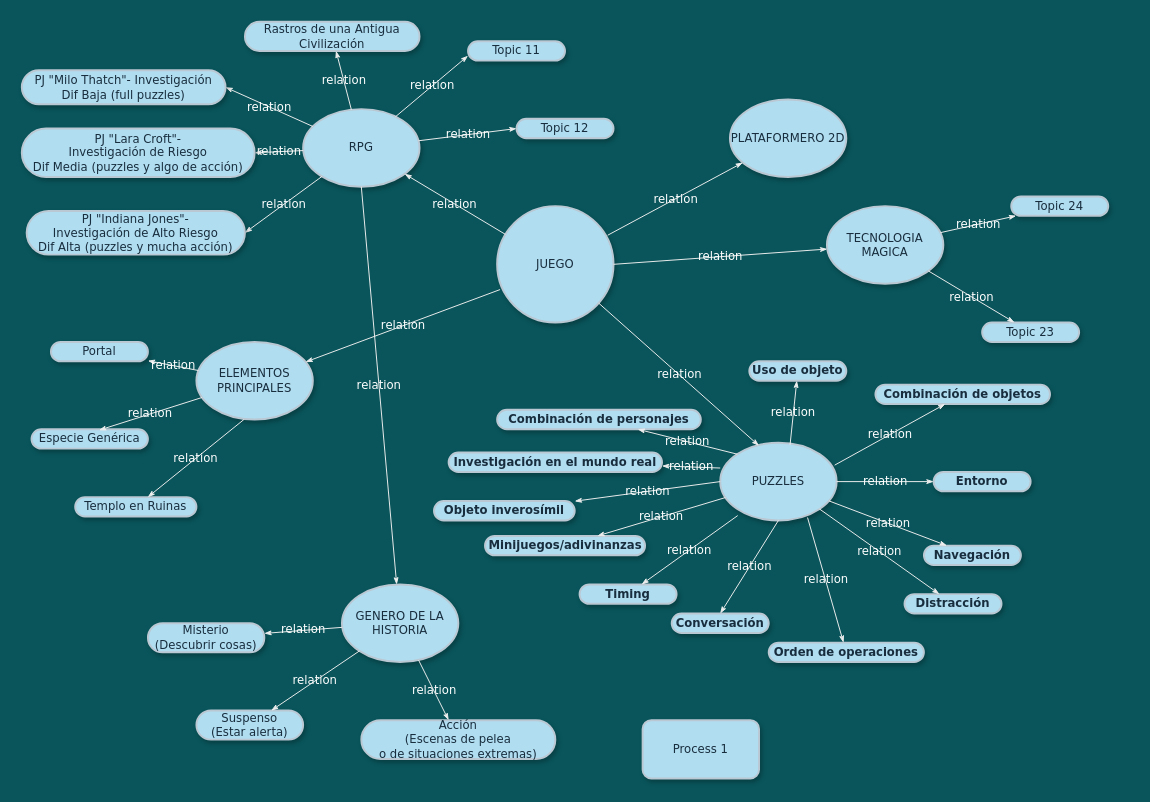
Earlier version of the draw.io diagram page "Page-1" (1 of 2) of mental_map_worldbuilding.drawio (aixairupe/DiagramasRPG). Source tidied: cells renumbered, new cells numbered last; positions are measured from the earlier drawing's top-left corner, leaving out a move shared by most shapes. Both pictures are drawn from the tidied source at 97%, with x=0, y=0 at pixel (21, 21).
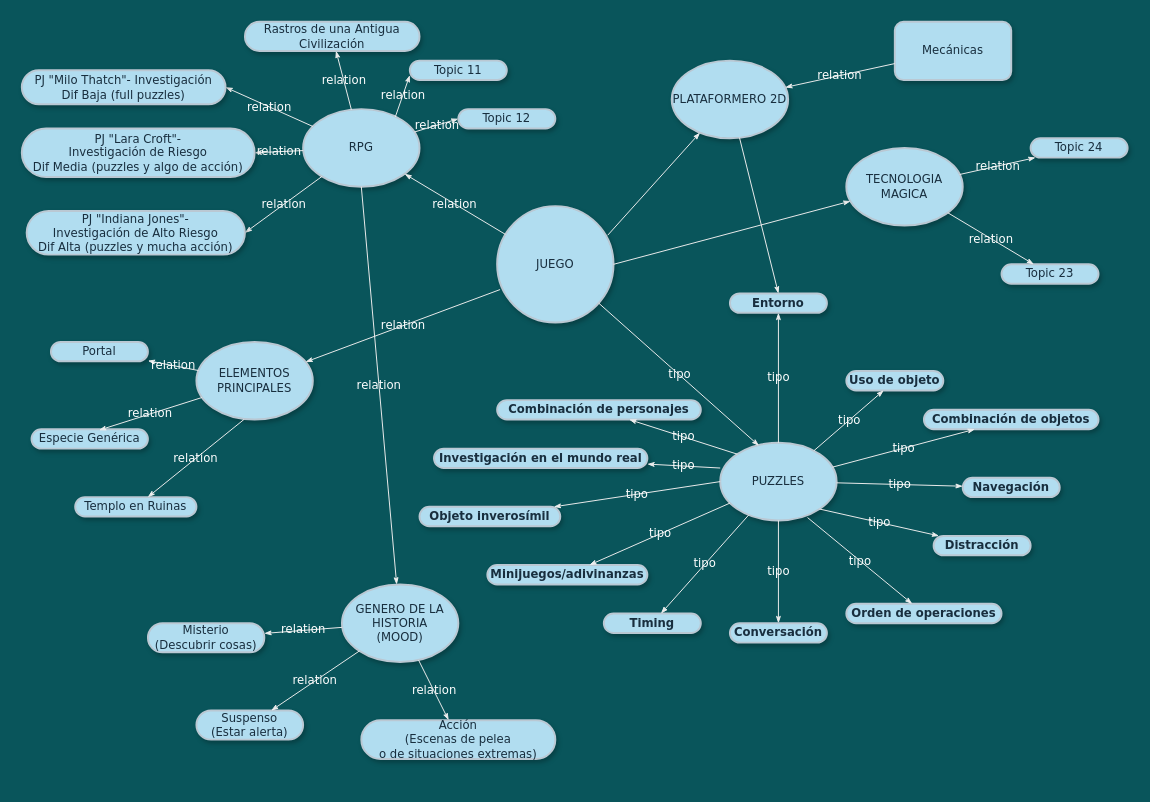
The same page after the edit.

The change refers to these unchanged cells:
```xml
<mxCell id="4" value="JUEGO" style="ellipse;whiteSpace=wrap;html=1;rounded=1;shadow=1;comic=0;labelBackgroundColor=none;strokeWidth=2;fontFamily=Verdana;fontSize=12;align=center;fillColor=#B1DDF0;strokeColor=#BAC8D3;fontColor=#182E3E;" parent="1" vertex="1">
  <mxGeometry x="490" y="190" width="120" height="120" as="geometry" />
</mxCell>
<mxCell id="5" value="PUZZLES" style="ellipse;whiteSpace=wrap;html=1;rounded=1;shadow=1;comic=0;labelBackgroundColor=none;strokeWidth=2;fontFamily=Verdana;fontSize=12;align=center;fillColor=#B1DDF0;fontColor=#182E3E;strokeColor=#BAC8D3;" parent="1" vertex="1">
  <mxGeometry x="720" y="434" width="120" height="80" as="geometry" />
</mxCell>
```

Change to the diagram source:
```diff
@@
     <mxCell id="3" value="PLATAFORMERO 2D" style="ellipse;whiteSpace=wrap;html=1;rounded=1;shadow=1;comic=0;labelBackgroundColor=none;strokeWidth=2;fontFamily=Verdana;fontSize=12;align=center;fillColor=#B1DDF0;fontColor=#182E3E;strokeColor=#BAC8D3;" parent="1" vertex="1">
-      <mxGeometry x="730" y="80" width="120" height="80" as="geometry" />
+      <mxGeometry x="670" y="40" width="120" height="80" as="geometry" />
     </mxCell>
@@
-    <mxCell id="6" value="GENERO DE LA HISTORIA" style="ellipse;whiteSpace=wrap;html=1;rounded=1;shadow=1;comic=0;labelBackgroundColor=none;strokeWidth=2;fontFamily=Verdana;fontSize=12;align=center;fillColor=#B1DDF0;strokeColor=#BAC8D3;fontColor=#182E3E;" parent="1" vertex="1">
+    <mxCell id="6" value="GENERO DE LA HISTORIA&lt;br&gt;(MOOD)" style="ellipse;whiteSpace=wrap;html=1;rounded=1;shadow=1;comic=0;labelBackgroundColor=none;strokeWidth=2;fontFamily=Verdana;fontSize=12;align=center;fillColor=#B1DDF0;strokeColor=#BAC8D3;fontColor=#182E3E;" parent="1" vertex="1">
       <mxGeometry x="330" y="580" width="120" height="80" as="geometry" />
     </mxCell>
@@
     <mxCell id="8" value="&lt;strong&gt;Uso de objeto&lt;/strong&gt;" style="whiteSpace=wrap;html=1;rounded=1;shadow=1;comic=0;labelBackgroundColor=none;strokeWidth=2;fontFamily=Verdana;fontSize=12;align=center;arcSize=50;fillColor=#B1DDF0;strokeColor=#BAC8D3;fontColor=#182E3E;" parent="1" vertex="1">
-      <mxGeometry x="750" y="350" width="100" height="20" as="geometry" />
+      <mxGeometry x="850" y="360" width="100" height="20" as="geometry" />
     </mxCell>
@@
     <mxCell id="11" value="&lt;strong&gt;Combinación de objetos&lt;/strong&gt;" style="whiteSpace=wrap;html=1;rounded=1;shadow=1;comic=0;labelBackgroundColor=none;strokeWidth=2;fontFamily=Verdana;fontSize=12;align=center;arcSize=50;fillColor=#B1DDF0;strokeColor=#BAC8D3;fontColor=#182E3E;" parent="1" vertex="1">
-      <mxGeometry x="880" y="374" width="180" height="20" as="geometry" />
+      <mxGeometry x="930" y="400" width="180" height="20" as="geometry" />
     </mxCell>
     <mxCell id="12" value="&lt;strong&gt;Entorno&lt;/strong&gt;" style="whiteSpace=wrap;html=1;rounded=1;shadow=1;comic=0;labelBackgroundColor=none;strokeWidth=2;fontFamily=Verdana;fontSize=12;align=center;arcSize=50;fillColor=#B1DDF0;strokeColor=#BAC8D3;fontColor=#182E3E;" parent="1" vertex="1">
-      <mxGeometry x="940" y="464" width="100" height="20" as="geometry" />
+      <mxGeometry x="730" y="280" width="100" height="20" as="geometry" />
     </mxCell>
     <mxCell id="13" value="&lt;strong&gt;Navegación&lt;/strong&gt;" style="whiteSpace=wrap;html=1;rounded=1;shadow=1;comic=0;labelBackgroundColor=none;strokeWidth=2;fontFamily=Verdana;fontSize=12;align=center;arcSize=50;fillColor=#B1DDF0;strokeColor=#BAC8D3;fontColor=#182E3E;" parent="1" vertex="1">
-      <mxGeometry x="930" y="540" width="100" height="20" as="geometry" />
+      <mxGeometry x="970" y="470" width="100" height="20" as="geometry" />
     </mxCell>
     <mxCell id="14" value="&lt;strong&gt;Distracción&lt;/strong&gt;" style="whiteSpace=wrap;html=1;rounded=1;shadow=1;comic=0;labelBackgroundColor=none;strokeWidth=2;fontFamily=Verdana;fontSize=12;align=center;arcSize=50;fillColor=#B1DDF0;strokeColor=#BAC8D3;fontColor=#182E3E;" parent="1" vertex="1">
-      <mxGeometry x="910" y="590" width="100" height="20" as="geometry" />
+      <mxGeometry x="940" y="530" width="100" height="20" as="geometry" />
     </mxCell>
     <mxCell id="15" value="&lt;strong&gt;Orden de operaciones&lt;/strong&gt;" style="whiteSpace=wrap;html=1;rounded=1;shadow=1;comic=0;labelBackgroundColor=none;strokeWidth=2;fontFamily=Verdana;fontSize=12;align=center;arcSize=50;fillColor=#B1DDF0;strokeColor=#BAC8D3;fontColor=#182E3E;" parent="1" vertex="1">
-      <mxGeometry x="770" y="640" width="160" height="20" as="geometry" />
+      <mxGeometry x="850" y="600" width="160" height="20" as="geometry" />
     </mxCell>
     <mxCell id="16" value="&lt;strong&gt;Conversación&lt;/strong&gt;" style="whiteSpace=wrap;html=1;rounded=1;shadow=1;comic=0;labelBackgroundColor=none;strokeWidth=2;fontFamily=Verdana;fontSize=12;align=center;arcSize=50;fillColor=#B1DDF0;strokeColor=#BAC8D3;fontColor=#182E3E;" parent="1" vertex="1">
-      <mxGeometry x="670" y="610" width="100" height="20" as="geometry" />
+      <mxGeometry x="730" y="620" width="100" height="20" as="geometry" />
     </mxCell>
@@
-    <mxCell id="23" value="relation" style="edgeStyle=none;rounded=1;html=1;labelBackgroundColor=none;startArrow=none;startFill=0;startSize=5;endArrow=classicThin;endFill=1;endSize=5;jettySize=auto;strokeColor=#EEEEEE;strokeWidth=1;fontFamily=Verdana;fontSize=12;fontColor=#FFFFFF;exitX=0.95;exitY=0.25;exitDx=0;exitDy=0;exitPerimeter=0;" parent="1" edge="1" source="4" target="3">
+    <mxCell id="23" style="edgeStyle=none;rounded=1;html=1;labelBackgroundColor=none;startArrow=none;startFill=0;startSize=5;endArrow=classicThin;endFill=1;endSize=5;jettySize=auto;strokeColor=#EEEEEE;strokeWidth=1;fontFamily=Verdana;fontSize=12;fontColor=#FFFFFF;exitX=0.95;exitY=0.25;exitDx=0;exitDy=0;exitPerimeter=0;" parent="1" edge="1" source="4" target="3">
       <mxGeometry relative="1" as="geometry" />
     </mxCell>
-    <mxCell id="24" value="relation" style="edgeStyle=none;rounded=1;html=1;labelBackgroundColor=none;startArrow=none;startFill=0;startSize=5;endArrow=classicThin;endFill=1;endSize=5;jettySize=auto;strokeColor=#EEEEEE;strokeWidth=1;fontFamily=Verdana;fontSize=12;fontColor=#FFFFFF;entryX=0.333;entryY=0.038;entryDx=0;entryDy=0;entryPerimeter=0;" parent="1" edge="1" source="4" target="5">
+    <mxCell id="24" value="tipo" style="edgeStyle=none;rounded=1;html=1;labelBackgroundColor=none;startArrow=none;startFill=0;startSize=5;endArrow=classicThin;endFill=1;endSize=5;jettySize=auto;strokeColor=#EEEEEE;strokeWidth=1;fontFamily=Verdana;fontSize=12;fontColor=#FFFFFF;entryX=0.333;entryY=0.038;entryDx=0;entryDy=0;entryPerimeter=0;" parent="1" edge="1" source="4" target="5">
       <mxGeometry relative="1" as="geometry" />
     </mxCell>
@@
-    <mxCell id="29" value="relation" style="edgeStyle=none;rounded=1;html=1;labelBackgroundColor=none;startArrow=none;startFill=0;startSize=5;endArrow=classicThin;endFill=1;endSize=5;jettySize=auto;strokeColor=#EEEEEE;strokeWidth=1;fontFamily=Verdana;fontSize=12;fontColor=#FFFFFF;entryX=0.5;entryY=0;entryDx=0;entryDy=0;exitX=0.5;exitY=1;exitDx=0;exitDy=0;" parent="1" edge="1" source="5" target="16">
+    <mxCell id="29" value="tipo" style="edgeStyle=none;rounded=1;html=1;labelBackgroundColor=none;startArrow=none;startFill=0;startSize=5;endArrow=classicThin;endFill=1;endSize=5;jettySize=auto;strokeColor=#EEEEEE;strokeWidth=1;fontFamily=Verdana;fontSize=12;fontColor=#FFFFFF;entryX=0.5;entryY=0;entryDx=0;entryDy=0;exitX=0.5;exitY=1;exitDx=0;exitDy=0;" parent="1" edge="1" source="5" target="16">
       <mxGeometry relative="1" as="geometry" />
     </mxCell>
-    <mxCell id="30" value="relation" style="edgeStyle=none;rounded=1;html=1;labelBackgroundColor=none;startArrow=none;startFill=0;startSize=5;endArrow=classicThin;endFill=1;endSize=5;jettySize=auto;strokeColor=#EEEEEE;strokeWidth=1;fontFamily=Verdana;fontSize=12;fontColor=#FFFFFF;exitX=0.75;exitY=0.963;exitDx=0;exitDy=0;exitPerimeter=0;" parent="1" edge="1" source="5" target="15">
+    <mxCell id="30" value="tipo" style="edgeStyle=none;rounded=1;html=1;labelBackgroundColor=none;startArrow=none;startFill=0;startSize=5;endArrow=classicThin;endFill=1;endSize=5;jettySize=auto;strokeColor=#EEEEEE;strokeWidth=1;fontFamily=Verdana;fontSize=12;fontColor=#FFFFFF;exitX=0.75;exitY=0.963;exitDx=0;exitDy=0;exitPerimeter=0;" parent="1" edge="1" source="5" target="15">
       <mxGeometry relative="1" as="geometry" />
     </mxCell>
-    <mxCell id="31" value="relation" style="edgeStyle=none;rounded=1;html=1;labelBackgroundColor=none;startArrow=none;startFill=0;startSize=5;endArrow=classicThin;endFill=1;endSize=5;jettySize=auto;strokeColor=#EEEEEE;strokeWidth=1;fontFamily=Verdana;fontSize=12;fontColor=#FFFFFF;exitX=1;exitY=1;exitDx=0;exitDy=0;" parent="1" edge="1" source="5" target="14">
+    <mxCell id="31" value="tipo" style="edgeStyle=none;rounded=1;html=1;labelBackgroundColor=none;startArrow=none;startFill=0;startSize=5;endArrow=classicThin;endFill=1;endSize=5;jettySize=auto;strokeColor=#EEEEEE;strokeWidth=1;fontFamily=Verdana;fontSize=12;fontColor=#FFFFFF;exitX=1;exitY=1;exitDx=0;exitDy=0;" parent="1" edge="1" source="5" target="14">
       <mxGeometry relative="1" as="geometry" />
     </mxCell>
-    <mxCell id="32" value="relation" style="edgeStyle=none;rounded=1;html=1;labelBackgroundColor=none;startArrow=none;startFill=0;startSize=5;endArrow=classicThin;endFill=1;endSize=5;jettySize=auto;strokeColor=#EEEEEE;strokeWidth=1;fontFamily=Verdana;fontSize=12;fontColor=#FFFFFF;" parent="1" edge="1" source="5" target="13">
+    <mxCell id="32" value="tipo" style="edgeStyle=none;rounded=1;html=1;labelBackgroundColor=none;startArrow=none;startFill=0;startSize=5;endArrow=classicThin;endFill=1;endSize=5;jettySize=auto;strokeColor=#EEEEEE;strokeWidth=1;fontFamily=Verdana;fontSize=12;fontColor=#FFFFFF;" parent="1" edge="1" source="5" target="13">
       <mxGeometry relative="1" as="geometry" />
     </mxCell>
-    <mxCell id="33" value="relation" style="edgeStyle=none;rounded=1;html=1;labelBackgroundColor=none;startArrow=none;startFill=0;startSize=5;endArrow=classicThin;endFill=1;endSize=5;jettySize=auto;strokeColor=#EEEEEE;strokeWidth=1;fontFamily=Verdana;fontSize=12;fontColor=#FFFFFF;exitX=1;exitY=0.5;exitDx=0;exitDy=0;" parent="1" edge="1" source="5" target="12">
+    <mxCell id="33" value="tipo" style="edgeStyle=none;rounded=1;html=1;labelBackgroundColor=none;startArrow=none;startFill=0;startSize=5;endArrow=classicThin;endFill=1;endSize=5;jettySize=auto;strokeColor=#EEEEEE;strokeWidth=1;fontFamily=Verdana;fontSize=12;fontColor=#FFFFFF;exitX=0.5;exitY=0;exitDx=0;exitDy=0;" parent="1" edge="1" source="5" target="12">
       <mxGeometry relative="1" as="geometry" />
     </mxCell>
-    <mxCell id="34" value="relation" style="edgeStyle=none;rounded=1;html=1;labelBackgroundColor=none;startArrow=none;startFill=0;startSize=5;endArrow=classicThin;endFill=1;endSize=5;jettySize=auto;strokeColor=#EEEEEE;strokeWidth=1;fontFamily=Verdana;fontSize=12;fontColor=#FFFFFF;exitX=0.983;exitY=0.288;exitDx=0;exitDy=0;exitPerimeter=0;" parent="1" edge="1" source="5" target="11">
+    <mxCell id="34" value="tipo" style="edgeStyle=none;rounded=1;html=1;labelBackgroundColor=none;startArrow=none;startFill=0;startSize=5;endArrow=classicThin;endFill=1;endSize=5;jettySize=auto;strokeColor=#EEEEEE;strokeWidth=1;fontFamily=Verdana;fontSize=12;fontColor=#FFFFFF;" parent="1" edge="1" source="5" target="11">
       <mxGeometry relative="1" as="geometry" />
     </mxCell>
-    <mxCell id="35" value="relation" style="edgeStyle=none;rounded=1;html=1;labelBackgroundColor=none;startArrow=none;startFill=0;startSize=5;endArrow=classicThin;endFill=1;endSize=5;jettySize=auto;strokeColor=#EEEEEE;strokeWidth=1;fontFamily=Verdana;fontSize=12;fontColor=#FFFFFF;exitX=0.6;exitY=0.025;exitDx=0;exitDy=0;exitPerimeter=0;" parent="1" edge="1" source="5" target="8">
+    <mxCell id="35" value="tipo" style="edgeStyle=none;rounded=1;html=1;labelBackgroundColor=none;startArrow=none;startFill=0;startSize=5;endArrow=classicThin;endFill=1;endSize=5;jettySize=auto;strokeColor=#EEEEEE;strokeWidth=1;fontFamily=Verdana;fontSize=12;fontColor=#FFFFFF;" parent="1" edge="1" source="5" target="8">
       <mxGeometry relative="1" as="geometry" />
     </mxCell>
     <mxCell id="36" value="TECNOLOGIA MAGICA" style="ellipse;whiteSpace=wrap;html=1;rounded=1;shadow=1;comic=0;labelBackgroundColor=none;strokeWidth=2;fontFamily=Verdana;fontSize=12;align=center;fillColor=#B1DDF0;strokeColor=#BAC8D3;fontColor=#182E3E;" parent="1" vertex="1">
-      <mxGeometry x="830" y="190" width="120" height="80" as="geometry" />
+      <mxGeometry x="850" y="130" width="120" height="80" as="geometry" />
     </mxCell>
     <mxCell id="37" value="&lt;span&gt;Topic 24&lt;/span&gt;" style="whiteSpace=wrap;html=1;rounded=1;shadow=1;comic=0;labelBackgroundColor=none;strokeWidth=2;fontFamily=Verdana;fontSize=12;align=center;arcSize=50;fillColor=#B1DDF0;strokeColor=#BAC8D3;fontColor=#182E3E;" parent="1" vertex="1">
-      <mxGeometry x="1020" y="180" width="100" height="20" as="geometry" />
+      <mxGeometry x="1040" y="120" width="100" height="20" as="geometry" />
     </mxCell>
     <mxCell id="38" value="&lt;span&gt;Topic 23&lt;/span&gt;" style="whiteSpace=wrap;html=1;rounded=1;shadow=1;comic=0;labelBackgroundColor=none;strokeWidth=2;fontFamily=Verdana;fontSize=12;align=center;arcSize=50;fillColor=#B1DDF0;strokeColor=#BAC8D3;fontColor=#182E3E;" parent="1" vertex="1">
-      <mxGeometry x="990" y="310" width="100" height="20" as="geometry" />
+      <mxGeometry x="1010" y="250" width="100" height="20" as="geometry" />
     </mxCell>
@@
     <mxCell id="40" value="&lt;strong&gt;Minijuegos/adivinanzas&lt;/strong&gt;" style="whiteSpace=wrap;html=1;rounded=1;shadow=1;comic=0;labelBackgroundColor=none;strokeWidth=2;fontFamily=Verdana;fontSize=12;align=center;arcSize=50;fillColor=#B1DDF0;strokeColor=#BAC8D3;fontColor=#182E3E;" parent="1" vertex="1">
-      <mxGeometry x="477.5" y="530" width="165" height="20" as="geometry" />
+      <mxGeometry x="479.9" y="560" width="165" height="20" as="geometry" />
     </mxCell>
@@
-    <mxCell id="46" value="relation" style="edgeStyle=none;rounded=1;html=1;labelBackgroundColor=none;startArrow=none;startFill=0;startSize=5;endArrow=classicThin;endFill=1;endSize=5;jettySize=auto;strokeColor=#EEEEEE;strokeWidth=1;fontFamily=Verdana;fontSize=12;fontColor=#FFFFFF;exitX=1;exitY=0.5;exitDx=0;exitDy=0;" parent="1" edge="1" source="4" target="36">
+    <mxCell id="46" style="edgeStyle=none;rounded=1;html=1;labelBackgroundColor=none;startArrow=none;startFill=0;startSize=5;endArrow=classicThin;endFill=1;endSize=5;jettySize=auto;strokeColor=#EEEEEE;strokeWidth=1;fontFamily=Verdana;fontSize=12;fontColor=#FFFFFF;exitX=1;exitY=0.5;exitDx=0;exitDy=0;" parent="1" edge="1" source="4" target="36">
       <mxGeometry relative="1" as="geometry" />
     </mxCell>
-    <mxCell id="47" value="relation" style="edgeStyle=none;rounded=1;html=1;labelBackgroundColor=none;startArrow=none;startFill=0;startSize=5;endArrow=classicThin;endFill=1;endSize=5;jettySize=auto;strokeColor=#EEEEEE;strokeWidth=1;fontFamily=Verdana;fontSize=12;fontColor=#FFFFFF;" parent="1" edge="1" source="5" target="40">
+    <mxCell id="47" value="tipo" style="edgeStyle=none;rounded=1;html=1;labelBackgroundColor=none;startArrow=none;startFill=0;startSize=5;endArrow=classicThin;endFill=1;endSize=5;jettySize=auto;strokeColor=#EEEEEE;strokeWidth=1;fontFamily=Verdana;fontSize=12;fontColor=#FFFFFF;" parent="1" edge="1" source="5" target="40">
       <mxGeometry relative="1" as="geometry" />
     </mxCell>
@@
-    <mxCell id="53" value="Process 1" style="rounded=1;whiteSpace=wrap;html=1;shadow=1;comic=0;labelBackgroundColor=none;strokeWidth=2;fontFamily=Verdana;fontSize=12;align=center;fillColor=#B1DDF0;strokeColor=#BAC8D3;fontColor=#182E3E;" parent="1" vertex="1">
-      <mxGeometry x="640" y="720" width="120" height="60" as="geometry" />
+    <mxCell id="53" value="Mecánicas" style="rounded=1;whiteSpace=wrap;html=1;shadow=1;comic=0;labelBackgroundColor=none;strokeWidth=2;fontFamily=Verdana;fontSize=12;align=center;fillColor=#B1DDF0;strokeColor=#BAC8D3;fontColor=#182E3E;" parent="1" vertex="1">
+      <mxGeometry x="900" width="120" height="60" as="geometry" />
     </mxCell>
@@
     <mxCell id="55" value="&lt;span&gt;Topic 11&lt;/span&gt;" style="whiteSpace=wrap;html=1;rounded=1;shadow=1;comic=0;labelBackgroundColor=none;strokeWidth=2;fontFamily=Verdana;fontSize=12;align=center;arcSize=50;fillColor=#B1DDF0;strokeColor=#BAC8D3;fontColor=#182E3E;" parent="1" vertex="1">
-      <mxGeometry x="460" y="20" width="100" height="20" as="geometry" />
+      <mxGeometry x="400" y="40" width="100" height="20" as="geometry" />
     </mxCell>
@@
     <mxCell id="58" value="&lt;span&gt;Topic 12&lt;/span&gt;" style="whiteSpace=wrap;html=1;rounded=1;shadow=1;comic=0;labelBackgroundColor=none;strokeWidth=2;fontFamily=Verdana;fontSize=12;align=center;arcSize=50;fillColor=#B1DDF0;strokeColor=#BAC8D3;fontColor=#182E3E;" parent="1" vertex="1">
-      <mxGeometry x="510" y="100" width="100" height="20" as="geometry" />
+      <mxGeometry x="450" y="90" width="100" height="20" as="geometry" />
     </mxCell>
@@
     <mxCell id="60" value="&lt;strong&gt;Timing&lt;/strong&gt;&lt;strong&gt;&lt;/strong&gt;" style="whiteSpace=wrap;html=1;rounded=1;shadow=1;comic=0;labelBackgroundColor=none;strokeWidth=2;fontFamily=Verdana;fontSize=12;align=center;arcSize=50;fillColor=#B1DDF0;strokeColor=#BAC8D3;fontColor=#182E3E;" parent="1" vertex="1">
-      <mxGeometry x="575" y="580" width="100" height="20" as="geometry" />
+      <mxGeometry x="600" y="610" width="100" height="20" as="geometry" />
     </mxCell>
-    <mxCell id="61" value="relation" style="edgeStyle=none;rounded=1;html=1;labelBackgroundColor=none;startArrow=none;startFill=0;startSize=5;endArrow=classicThin;endFill=1;endSize=5;jettySize=auto;strokeColor=#EEEEEE;strokeWidth=1;fontFamily=Verdana;fontSize=12;fontColor=#FFFFFF;exitX=0.15;exitY=0.938;exitDx=0;exitDy=0;exitPerimeter=0;" parent="1" edge="1" source="5" target="60">
+    <mxCell id="61" value="tipo" style="edgeStyle=none;rounded=1;html=1;labelBackgroundColor=none;startArrow=none;startFill=0;startSize=5;endArrow=classicThin;endFill=1;endSize=5;jettySize=auto;strokeColor=#EEEEEE;strokeWidth=1;fontFamily=Verdana;fontSize=12;fontColor=#FFFFFF;" parent="1" edge="1" source="5" target="60">
       <mxGeometry relative="1" as="geometry" />
     </mxCell>
     <mxCell id="62" value="&lt;strong&gt;Combinación de personajes&lt;/strong&gt;" style="whiteSpace=wrap;html=1;rounded=1;shadow=1;comic=0;labelBackgroundColor=none;strokeWidth=2;fontFamily=Verdana;fontSize=12;align=center;arcSize=50;fillColor=#B1DDF0;strokeColor=#BAC8D3;fontColor=#182E3E;" parent="1" vertex="1">
-      <mxGeometry x="490" y="400" width="210" height="20" as="geometry" />
+      <mxGeometry x="490" y="390" width="210" height="20" as="geometry" />
     </mxCell>
-    <mxCell id="63" value="relation" style="edgeStyle=none;rounded=1;html=1;labelBackgroundColor=none;startArrow=none;startFill=0;startSize=5;endArrow=classicThin;endFill=1;endSize=5;jettySize=auto;strokeColor=#EEEEEE;strokeWidth=1;fontFamily=Verdana;fontSize=12;fontColor=#FFFFFF;exitX=0;exitY=0;exitDx=0;exitDy=0;" parent="1" edge="1" source="5" target="62">
+    <mxCell id="63" value="tipo" style="edgeStyle=none;rounded=1;html=1;labelBackgroundColor=none;startArrow=none;startFill=0;startSize=5;endArrow=classicThin;endFill=1;endSize=5;jettySize=auto;strokeColor=#EEEEEE;strokeWidth=1;fontFamily=Verdana;fontSize=12;fontColor=#FFFFFF;exitX=0;exitY=0;exitDx=0;exitDy=0;" parent="1" edge="1" source="5" target="62">
       <mxGeometry relative="1" as="geometry" />
     </mxCell>
     <mxCell id="64" value="&lt;strong&gt;Objeto inverosímil&lt;/strong&gt;" style="whiteSpace=wrap;html=1;rounded=1;shadow=1;comic=0;labelBackgroundColor=none;strokeWidth=2;fontFamily=Verdana;fontSize=12;align=center;arcSize=50;fillColor=#B1DDF0;strokeColor=#BAC8D3;fontColor=#182E3E;" parent="1" vertex="1">
-      <mxGeometry x="424.9" y="494" width="145.1" height="20" as="geometry" />
+      <mxGeometry x="410" y="500" width="145.1" height="20" as="geometry" />
     </mxCell>
-    <mxCell id="65" value="relation" style="edgeStyle=none;rounded=1;html=1;labelBackgroundColor=none;startArrow=none;startFill=0;startSize=5;endArrow=classicThin;endFill=1;endSize=5;jettySize=auto;strokeColor=#EEEEEE;strokeWidth=1;fontFamily=Verdana;fontSize=12;fontColor=#FFFFFF;exitX=0;exitY=0.5;exitDx=0;exitDy=0;" parent="1" edge="1" source="5" target="64">
+    <mxCell id="65" value="tipo" style="edgeStyle=none;rounded=1;html=1;labelBackgroundColor=none;startArrow=none;startFill=0;startSize=5;endArrow=classicThin;endFill=1;endSize=5;jettySize=auto;strokeColor=#EEEEEE;strokeWidth=1;fontFamily=Verdana;fontSize=12;fontColor=#FFFFFF;exitX=0;exitY=0.5;exitDx=0;exitDy=0;" parent="1" edge="1" source="5" target="64">
       <mxGeometry relative="1" as="geometry" />
     </mxCell>
     <mxCell id="66" value="&lt;strong&gt;Investigación en el mundo real&lt;/strong&gt;" style="whiteSpace=wrap;html=1;rounded=1;shadow=1;comic=0;labelBackgroundColor=none;strokeWidth=2;fontFamily=Verdana;fontSize=12;align=center;arcSize=50;fillColor=#B1DDF0;strokeColor=#BAC8D3;fontColor=#182E3E;" parent="1" vertex="1">
-      <mxGeometry x="440" y="444" width="220" height="20" as="geometry" />
+      <mxGeometry x="424.9" y="440" width="220" height="20" as="geometry" />
     </mxCell>
-    <mxCell id="67" value="relation" style="edgeStyle=none;rounded=1;html=1;labelBackgroundColor=none;startArrow=none;startFill=0;startSize=5;endArrow=classicThin;endFill=1;endSize=5;jettySize=auto;strokeColor=#EEEEEE;strokeWidth=1;fontFamily=Verdana;fontSize=12;fontColor=#FFFFFF;exitX=0;exitY=0.325;exitDx=0;exitDy=0;exitPerimeter=0;" parent="1" edge="1" source="5" target="66">
+    <mxCell id="67" value="tipo" style="edgeStyle=none;rounded=1;html=1;labelBackgroundColor=none;startArrow=none;startFill=0;startSize=5;endArrow=classicThin;endFill=1;endSize=5;jettySize=auto;strokeColor=#EEEEEE;strokeWidth=1;fontFamily=Verdana;fontSize=12;fontColor=#FFFFFF;exitX=0;exitY=0.325;exitDx=0;exitDy=0;exitPerimeter=0;" parent="1" edge="1" source="5" target="66">
       <mxGeometry relative="1" as="geometry" />
     </mxCell>
+    <mxCell id="68" style="edgeStyle=none;rounded=1;html=1;labelBackgroundColor=none;startArrow=none;startFill=0;startSize=5;endArrow=classicThin;endFill=1;endSize=5;jettySize=auto;strokeColor=#EEEEEE;strokeWidth=1;fontFamily=Verdana;fontSize=12;fontColor=#FFFFFF;entryX=0.5;entryY=0;entryDx=0;entryDy=0;" parent="1" edge="1" source="3" target="12">
+      <mxGeometry relative="1" as="geometry" />
+    </mxCell>
+    <mxCell id="69" value="relation" style="edgeStyle=none;rounded=1;html=1;labelBackgroundColor=none;startArrow=none;startFill=0;startSize=5;endArrow=classicThin;endFill=1;endSize=5;jettySize=auto;strokeColor=#EEEEEE;strokeWidth=1;fontFamily=Verdana;fontSize=12;fontColor=#FFFFFF;" parent="1" edge="1" source="53" target="3">
+      <mxGeometry relative="1" as="geometry" />
+    </mxCell>
```
